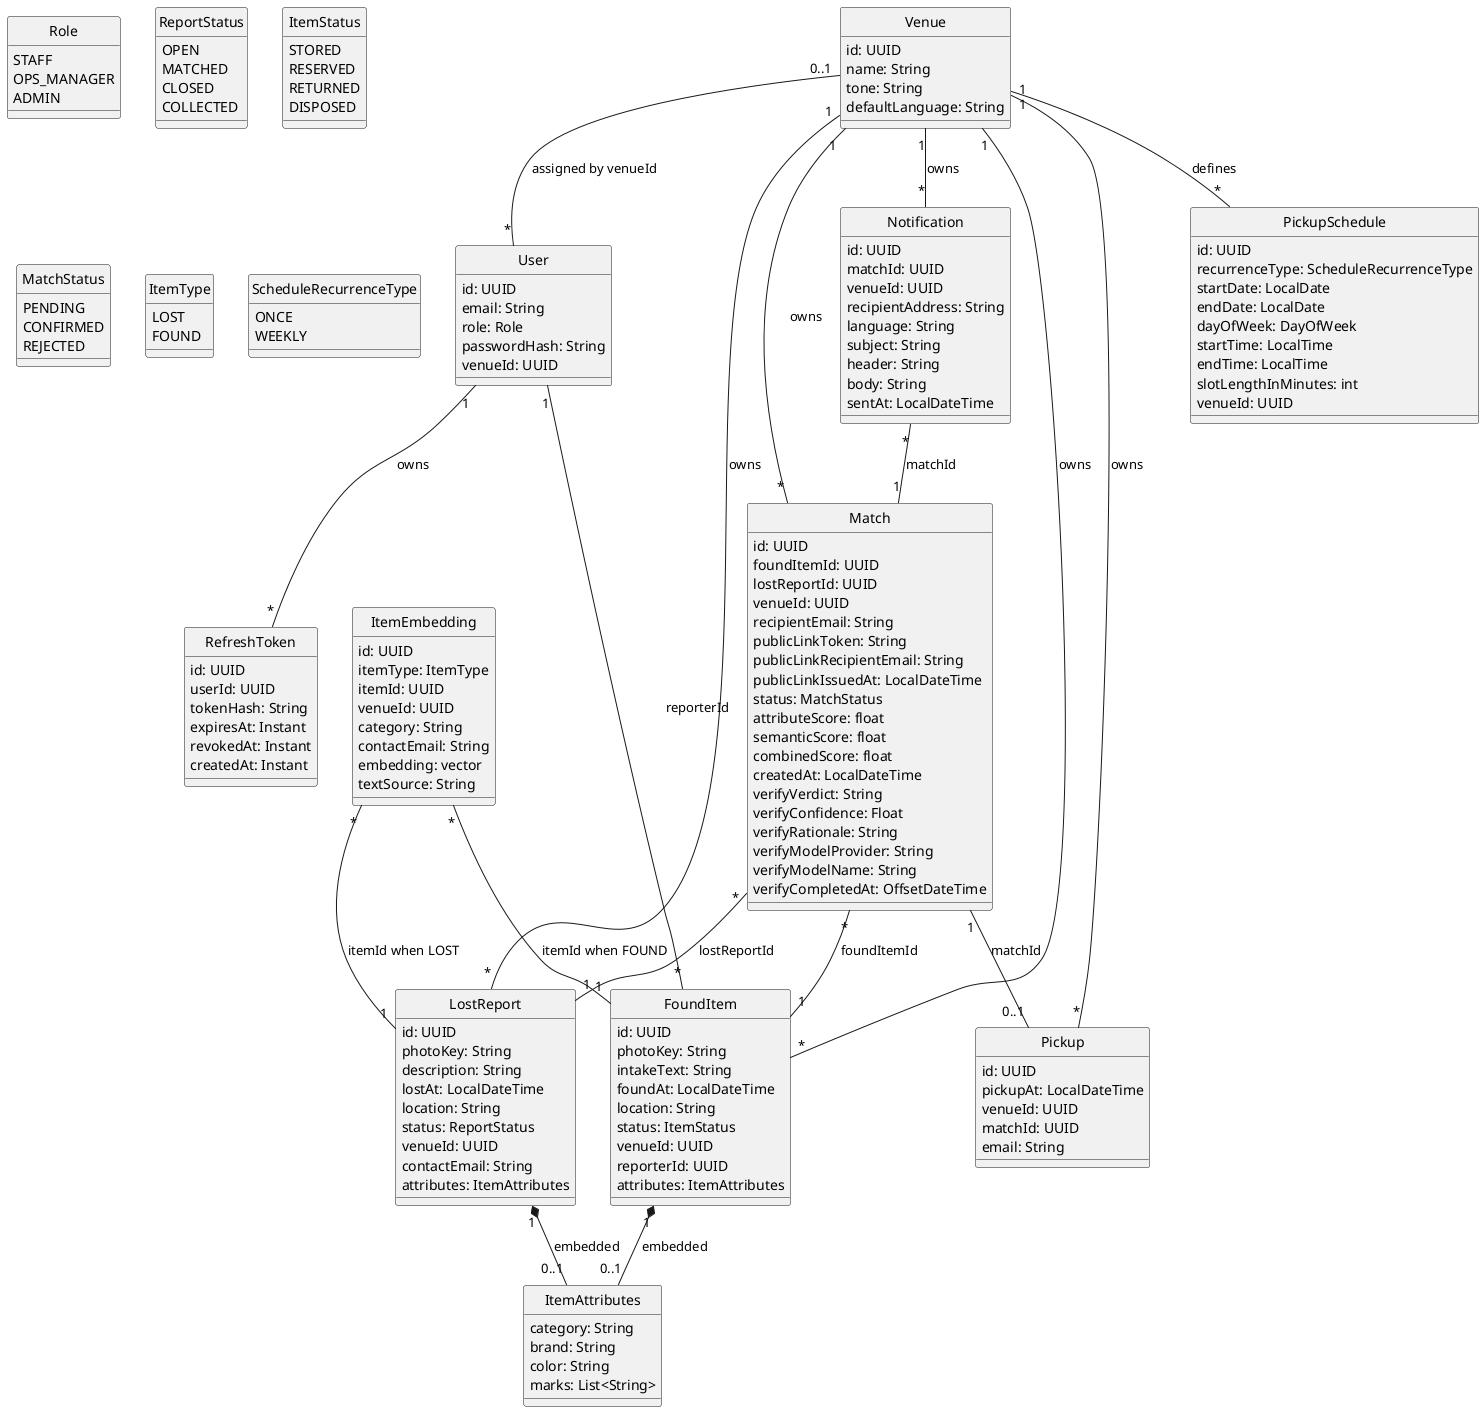
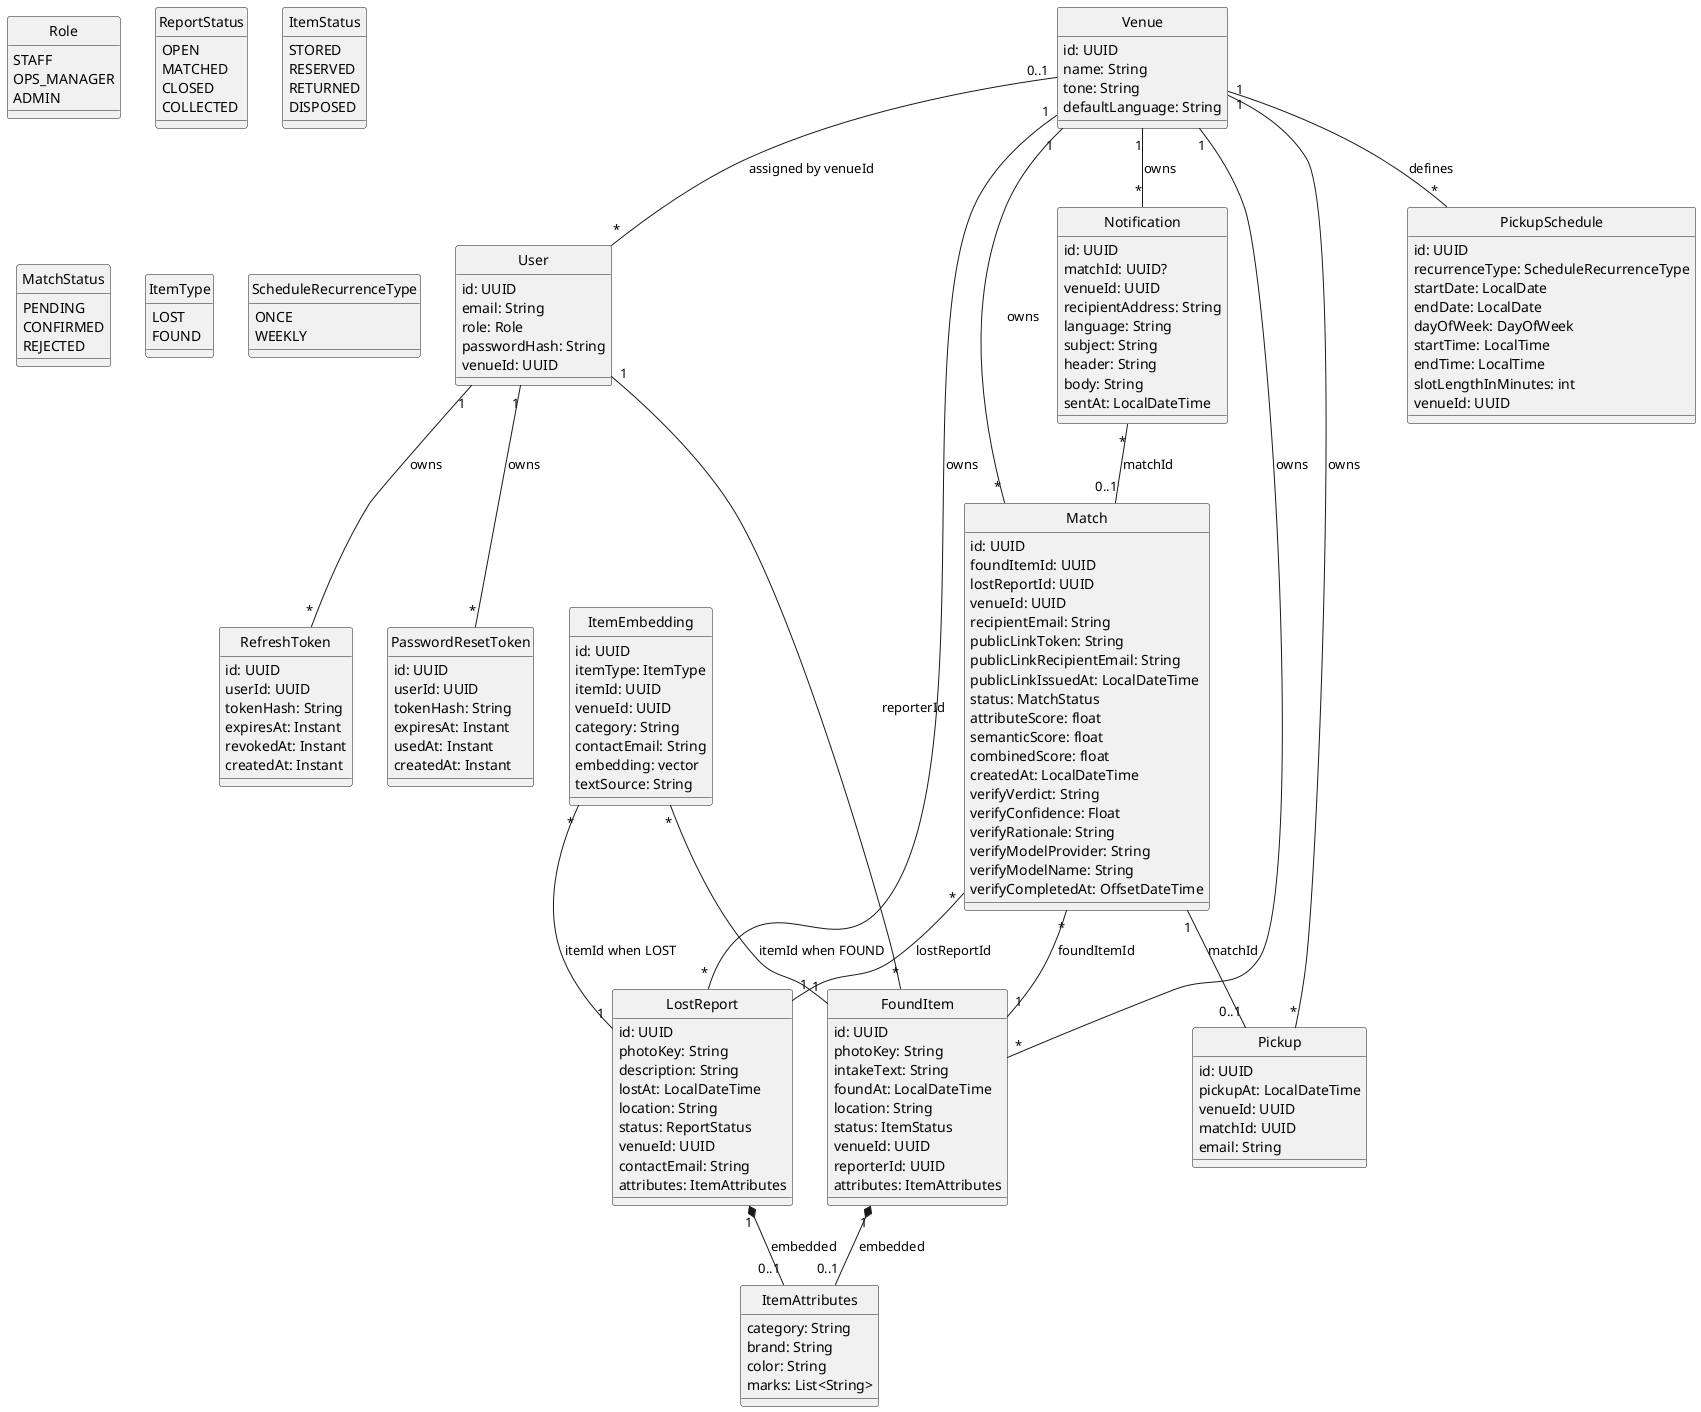
@startuml
skinparam classAttributeIconSize 0
hide circle

enum Role {
  STAFF
  OPS_MANAGER
  ADMIN
}

enum ReportStatus {
  OPEN
  MATCHED
  CLOSED
  COLLECTED
}

enum ItemStatus {
  STORED
  RESERVED
  RETURNED
  DISPOSED
}

enum MatchStatus {
  PENDING
  CONFIRMED
  REJECTED
}

enum ItemType {
  LOST
  FOUND
}

enum ScheduleRecurrenceType {
  ONCE
  WEEKLY
}

class Venue {
  id: UUID
  name: String
  tone: String
  defaultLanguage: String
}

class User {
  id: UUID
  email: String
  role: Role
  passwordHash: String
  venueId: UUID
}

class RefreshToken {
  id: UUID
  userId: UUID
  tokenHash: String
  expiresAt: Instant
  revokedAt: Instant
+   createdAt: Instant
+ }
+ 
+ class PasswordResetToken {
+   id: UUID
+   userId: UUID
+   tokenHash: String
+   expiresAt: Instant
+   usedAt: Instant
  createdAt: Instant
}

class ItemAttributes {
  category: String
  brand: String
  color: String
  marks: List<String>
}

class LostReport {
  id: UUID
  photoKey: String
  description: String
  lostAt: LocalDateTime
  location: String
  status: ReportStatus
  venueId: UUID
  contactEmail: String
  attributes: ItemAttributes
}

class FoundItem {
  id: UUID
  photoKey: String
  intakeText: String
  foundAt: LocalDateTime
  location: String
  status: ItemStatus
  venueId: UUID
  reporterId: UUID
  attributes: ItemAttributes
}

class Match {
  id: UUID
  foundItemId: UUID
  lostReportId: UUID
  venueId: UUID
  recipientEmail: String
  publicLinkToken: String
  publicLinkRecipientEmail: String
  publicLinkIssuedAt: LocalDateTime
  status: MatchStatus
  attributeScore: float
  semanticScore: float
  combinedScore: float
  createdAt: LocalDateTime
  verifyVerdict: String
  verifyConfidence: Float
  verifyRationale: String
  verifyModelProvider: String
  verifyModelName: String
  verifyCompletedAt: OffsetDateTime
}

class ItemEmbedding {
  id: UUID
  itemType: ItemType
  itemId: UUID
  venueId: UUID
  category: String
  contactEmail: String
  embedding: vector
  textSource: String
}

class Notification {
  id: UUID
-   matchId: UUID
+   matchId: UUID?
  venueId: UUID
  recipientAddress: String
  language: String
  subject: String
  header: String
  body: String
  sentAt: LocalDateTime
}

class Pickup {
  id: UUID
  pickupAt: LocalDateTime
  venueId: UUID
  matchId: UUID
  email: String
}

class PickupSchedule {
  id: UUID
  recurrenceType: ScheduleRecurrenceType
  startDate: LocalDate
  endDate: LocalDate
  dayOfWeek: DayOfWeek
  startTime: LocalTime
  endTime: LocalTime
  slotLengthInMinutes: int
  venueId: UUID
}

Venue "0..1" -- "*" User : assigned by venueId
User "1" -- "*" RefreshToken : owns
+ User "1" -- "*" PasswordResetToken : owns
Venue "1" -- "*" LostReport : owns
Venue "1" -- "*" FoundItem : owns
Venue "1" -- "*" Match : owns
Venue "1" -- "*" Notification : owns
Venue "1" -- "*" Pickup : owns
Venue "1" -- "*" PickupSchedule : defines

User "1" -- "*" FoundItem : reporterId

LostReport "1" *-- "0..1" ItemAttributes : embedded
FoundItem "1" *-- "0..1" ItemAttributes : embedded

Match "*" -- "1" FoundItem : foundItemId
Match "*" -- "1" LostReport : lostReportId
Match "1" -- "0..1" Pickup : matchId
- Notification "*" -- "1" Match : matchId
+ Notification "*" -- "0..1" Match : matchId

ItemEmbedding "*" -- "1" LostReport : itemId when LOST
ItemEmbedding "*" -- "1" FoundItem : itemId when FOUND
@enduml
